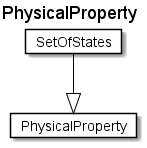
This is fragments/diagrams/PhysicalProperty.png from rtigran/rdf2adoc, a PlantUML export, as it was before one commit. The source it was exported from:
```plantuml
@startuml
Title PhysicalProperty

Card PhysicalProperty #fff [
PhysicalProperty
]
Card SetOfStates #fff [
SetOfStates
]
SetOfStates --|> PhysicalProperty  #000
@enduml
```
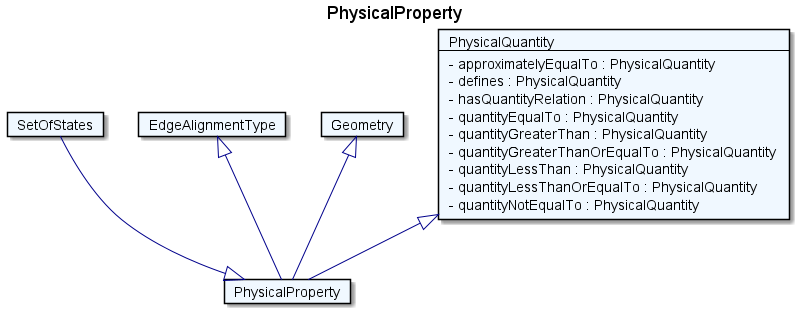
Above is the later version.

The edit, as a diff of the source:
```diff
@@ -1,11 +1,33 @@
 @startuml
 Title PhysicalProperty
 
-Card PhysicalProperty #fff [
+Card PhysicalProperty #F0F8FF [
 PhysicalProperty
 ]
-Card SetOfStates #fff [
+Card SetOfStates #F0F8FF [
 SetOfStates
 ]
-SetOfStates --|> PhysicalProperty  #000
+SetOfStates --|> PhysicalProperty  #00008B
+Card EdgeAlignmentType #F0F8FF [
+EdgeAlignmentType
+]
+EdgeAlignmentType <|-- PhysicalProperty  #00008B
+Card Geometry #F0F8FF [
+Geometry
+]
+Geometry <|-- PhysicalProperty  #00008B
+Card PhysicalQuantity #F0F8FF [
+PhysicalQuantity
+----
+- approximatelyEqualTo : PhysicalQuantity
+- defines : PhysicalQuantity
+- hasQuantityRelation : PhysicalQuantity
+- quantityEqualTo : PhysicalQuantity
+- quantityGreaterThan : PhysicalQuantity
+- quantityGreaterThanOrEqualTo : PhysicalQuantity
+- quantityLessThan : PhysicalQuantity
+- quantityLessThanOrEqualTo : PhysicalQuantity
+- quantityNotEqualTo : PhysicalQuantity
+]
+PhysicalQuantity <|-- PhysicalProperty  #00008B
 @enduml
```
